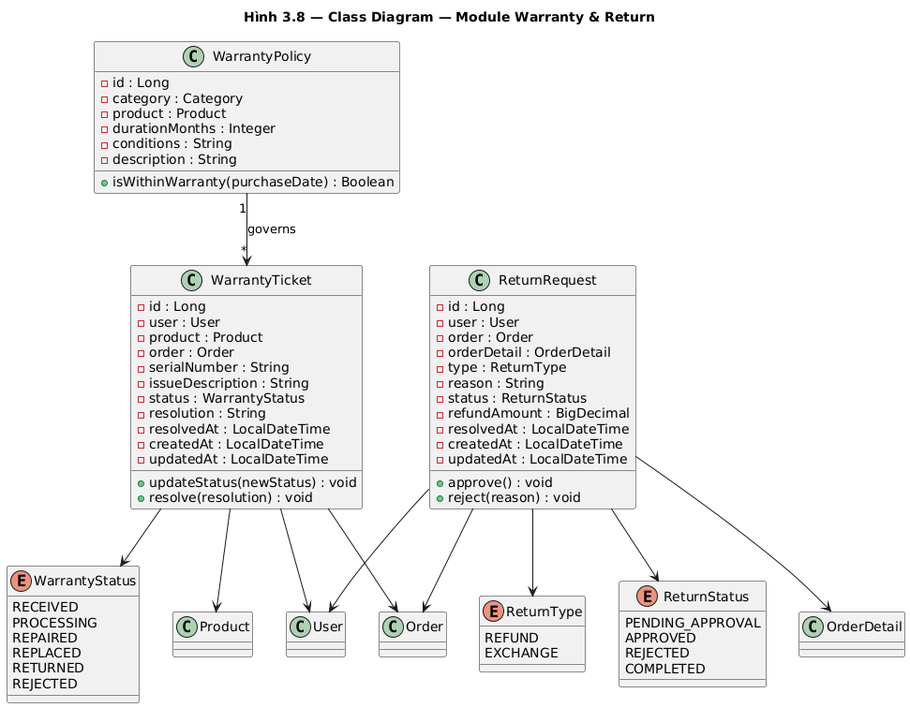
The PlantUML diagram docs/diagrams/images/class_warranty.png in huuhieu56/PC-Parts-ECommerce, before a commit. The source it was exported from:
```plantuml
@startuml class_warranty
title Hình 3.8 — Class Diagram — Module Warranty & Return

class WarrantyPolicy {
    - id : Long
    - category : Category
    - product : Product
    - durationMonths : Integer
    - conditions : String
    - description : String
    + isWithinWarranty(purchaseDate) : Boolean
}

class WarrantyTicket {
    - id : Long
    - user : User
    - product : Product
    - order : Order
    - serialNumber : String
    - issueDescription : String
    - status : WarrantyStatus
    - resolution : String
    - resolvedAt : LocalDateTime
    - createdAt : LocalDateTime
    - updatedAt : LocalDateTime
    + updateStatus(newStatus) : void
    + resolve(resolution) : void
}

class ReturnRequest {
    - id : Long
    - user : User
    - order : Order
    - orderDetail : OrderDetail
    - type : ReturnType
    - reason : String
    - status : ReturnStatus
    - refundAmount : BigDecimal
    - resolvedAt : LocalDateTime
    - createdAt : LocalDateTime
    - updatedAt : LocalDateTime
    + approve() : void
    + reject(reason) : void
}

enum WarrantyStatus {
    RECEIVED
    PROCESSING
    REPAIRED
    REPLACED
    RETURNED
    REJECTED
}

enum ReturnType {
    REFUND
    EXCHANGE
}

enum ReturnStatus {
    PENDING_APPROVAL
    APPROVED
    REJECTED
    COMPLETED
}

WarrantyPolicy "1" --> "*" WarrantyTicket : governs
WarrantyTicket --> WarrantyStatus
WarrantyTicket --> User
WarrantyTicket --> Product
WarrantyTicket --> Order

ReturnRequest --> ReturnType
ReturnRequest --> ReturnStatus
ReturnRequest --> User
ReturnRequest --> Order
ReturnRequest --> OrderDetail
@enduml
```
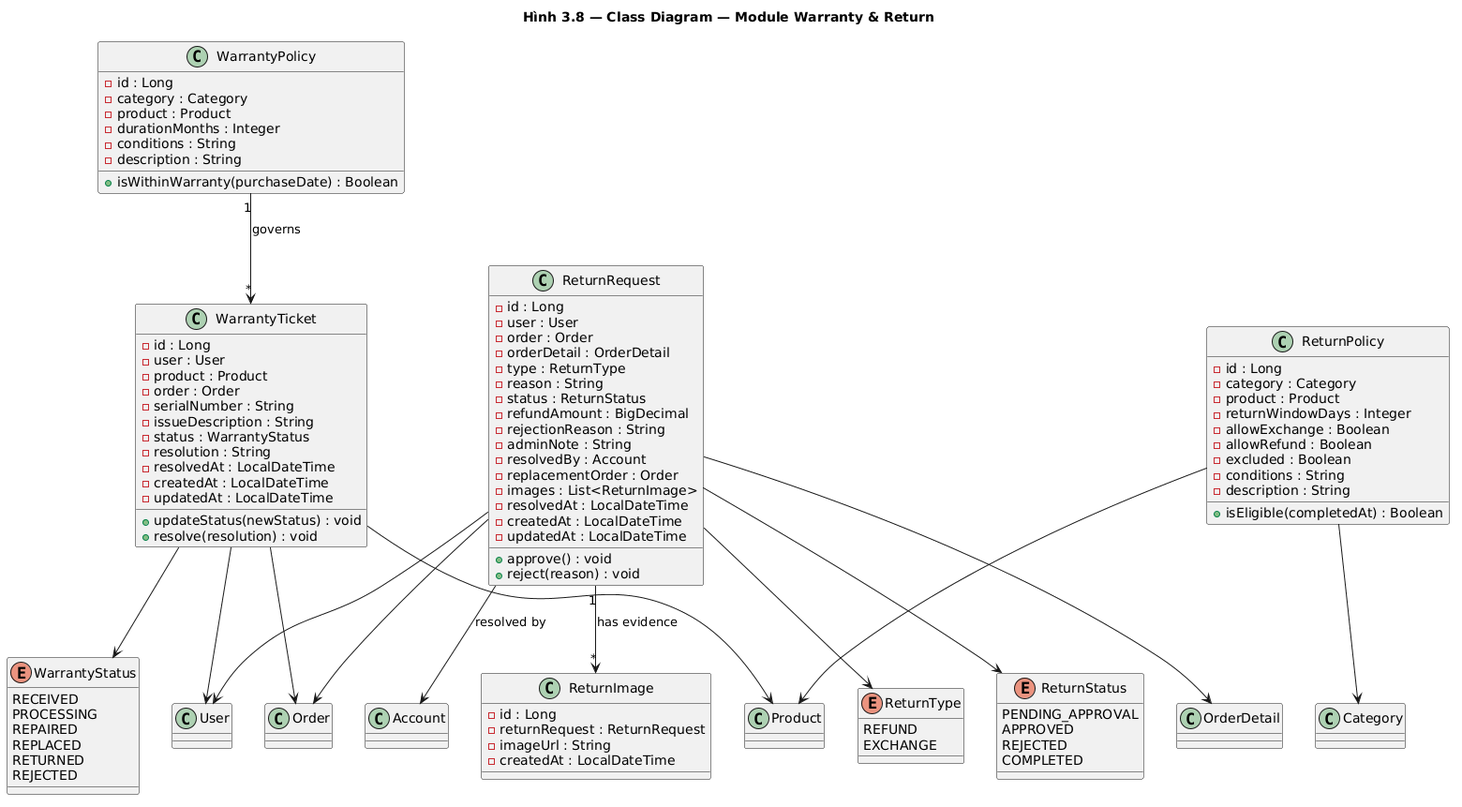
The same file after the commit.

Change to the diagram source:
```diff
@@ -1,4 +1,4 @@
-@startuml class_warranty
+@startuml
 title Hình 3.8 — Class Diagram — Module Warranty & Return
 
 class WarrantyPolicy {
@@ -36,11 +36,36 @@
     - reason : String
     - status : ReturnStatus
     - refundAmount : BigDecimal
+    - rejectionReason : String
+    - adminNote : String
+    - resolvedBy : Account
+    - replacementOrder : Order
+    - images : List<ReturnImage>
     - resolvedAt : LocalDateTime
     - createdAt : LocalDateTime
     - updatedAt : LocalDateTime
     + approve() : void
     + reject(reason) : void
+}
+
+class ReturnPolicy {
+    - id : Long
+    - category : Category
+    - product : Product
+    - returnWindowDays : Integer
+    - allowExchange : Boolean
+    - allowRefund : Boolean
+    - excluded : Boolean
+    - conditions : String
+    - description : String
+    + isEligible(completedAt) : Boolean
+}
+
+class ReturnImage {
+    - id : Long
+    - returnRequest : ReturnRequest
+    - imageUrl : String
+    - createdAt : LocalDateTime
 }
 
 enum WarrantyStatus {
@@ -75,4 +100,8 @@
 ReturnRequest --> User
 ReturnRequest --> Order
 ReturnRequest --> OrderDetail
+ReturnRequest --> Account : resolved by
+ReturnRequest "1" --> "*" ReturnImage : has evidence
+ReturnPolicy --> Category
+ReturnPolicy --> Product
 @enduml
```
